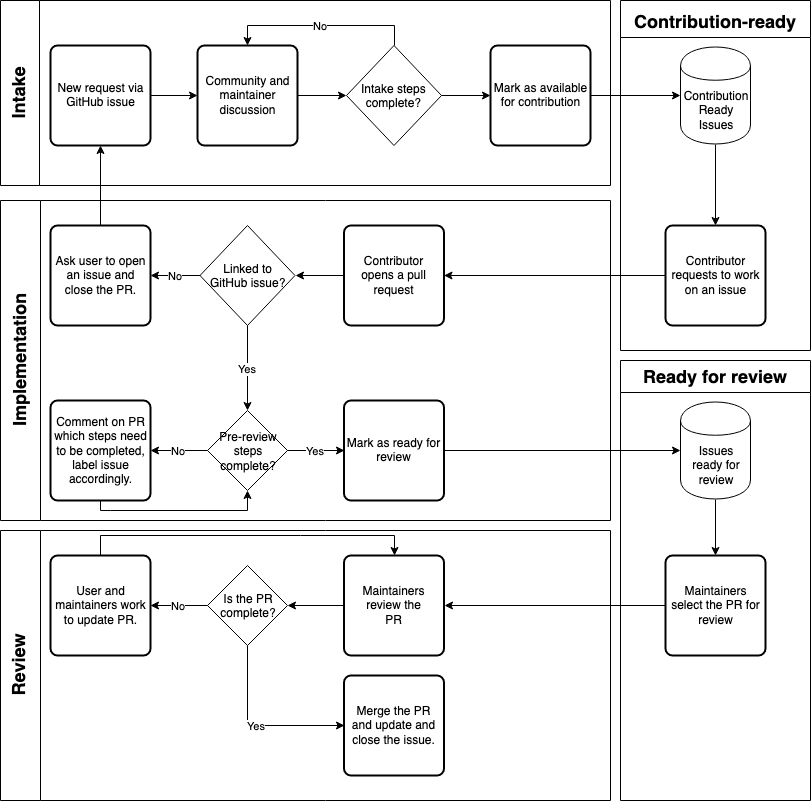
Earlier version of the draw.io export proposals/contrib-guide-high-level-v2.png (kdaily/aws-cli). Source tidied: cells renumbered, new cells last; positions are measured from the earlier drawing's top-left corner, leaving out a move shared by most shapes. Its diagram source:
```xml
<mxGraphModel>
  <root>
    <mxCell id="0" />
    <mxCell id="1" parent="0" />
    <mxCell id="2" style="edgeStyle=orthogonalEdgeStyle;rounded=0;orthogonalLoop=1;jettySize=auto;html=1;exitX=0.5;exitY=0;exitDx=0;exitDy=0;entryX=0.5;entryY=0;entryDx=0;entryDy=0;entryPerimeter=0;" parent="1" edge="1">
      <mxGeometry relative="1" as="geometry">
        <mxPoint x="715" y="710" as="sourcePoint" />
      </mxGeometry>
    </mxCell>
    <mxCell id="3" style="swimlane;startSize=39;direction=north;" parent="1" vertex="1">
      <mxGeometry x="25" width="610" height="185" as="geometry" />
    </mxCell>
    <mxCell id="4" value="&lt;div&gt;Intake steps&lt;/div&gt;&lt;div&gt;complete?&lt;/div&gt;" style="shape=rhombus;html=1;dashed=0;whitespace=wrap;perimeter=rhombusPerimeter;" parent="3" vertex="1">
      <mxGeometry x="346" y="45" width="95" height="100" as="geometry" />
    </mxCell>
    <mxCell id="5" value="Community and maintainer discussion" style="rounded=1;whiteSpace=wrap;html=1;absoluteArcSize=1;arcSize=14;strokeWidth=2;" parent="3" vertex="1">
      <mxGeometry x="197" y="45" width="100" height="100" as="geometry" />
    </mxCell>
    <mxCell id="6" value="No" style="edgeStyle=orthogonalEdgeStyle;rounded=0;jettySize=auto;html=1;entryX=0.5;entryY=0;entryDx=0;entryDy=0;exitX=0.5;exitY=0;exitDx=0;exitDy=0;" parent="3" edge="1" source="4" target="5">
      <mxGeometry relative="1" as="geometry" />
    </mxCell>
    <mxCell id="7" style="edgeStyle=orthogonalEdgeStyle;rounded=0;jettySize=auto;html=1;entryX=0;entryY=0.5;entryDx=0;entryDy=0;" parent="3" edge="1" source="5" target="4">
      <mxGeometry relative="1" as="geometry" />
    </mxCell>
    <mxCell id="8" style="swimlane;startSize=40;direction=north;" parent="1" vertex="1">
      <mxGeometry x="25" y="200" width="610" height="320" as="geometry" />
    </mxCell>
    <mxCell id="9" value="&lt;font style=&quot;font-size: 18px&quot;&gt;&lt;b&gt;Implementation&lt;/b&gt;&lt;/font&gt;" style="text;html=1;strokeColor=none;fillColor=none;align=center;verticalAlign=middle;whiteSpace=wrap;rounded=0;rotation=-90;" parent="8" vertex="1">
      <mxGeometry y="150" width="40" height="20" as="geometry" />
    </mxCell>
    <mxCell id="10" value="&lt;div&gt;Linked to&lt;/div&gt;&lt;div&gt;GitHub issue?&lt;/div&gt;" style="shape=rhombus;html=1;dashed=0;whitespace=wrap;perimeter=rhombusPerimeter;" parent="8" vertex="1">
      <mxGeometry x="199.5" y="25" width="95" height="100" as="geometry" />
    </mxCell>
    <mxCell id="11" value="Contributor opens a pull request" style="rounded=1;whiteSpace=wrap;html=1;absoluteArcSize=1;arcSize=14;strokeWidth=2;" parent="8" vertex="1">
      <mxGeometry x="343.5" y="25" width="100" height="100" as="geometry" />
    </mxCell>
    <mxCell id="12" style="edgeStyle=orthogonalEdgeStyle;rounded=0;jettySize=auto;html=1;entryX=1;entryY=0.5;entryDx=0;entryDy=0;" parent="8" edge="1" source="11" target="10">
      <mxGeometry relative="1" as="geometry" />
    </mxCell>
    <mxCell id="13" style="swimlane;startSize=40;direction=north;" parent="1" vertex="1">
      <mxGeometry x="25" y="530" width="610" height="270" as="geometry" />
    </mxCell>
    <mxCell id="14" value="&lt;font style=&quot;font-size: 18px&quot;&gt;&lt;b&gt;Review&lt;/b&gt;&lt;/font&gt;" style="text;html=1;strokeColor=none;fillColor=none;align=center;verticalAlign=middle;whiteSpace=wrap;rounded=0;rotation=-90;" parent="13" vertex="1">
      <mxGeometry y="125" width="40" height="20" as="geometry" />
    </mxCell>
    <mxCell id="15" style="edgeStyle=orthogonalEdgeStyle;rounded=0;jettySize=auto;html=1;entryX=1;entryY=0.5;entryDx=0;entryDy=0;" parent="13" edge="1" source="16" target="22">
      <mxGeometry relative="1" as="geometry" />
    </mxCell>
    <mxCell id="16" value="&lt;div&gt;Maintainers review the&lt;/div&gt;&lt;div&gt;PR&lt;br&gt;&lt;/div&gt;" style="rounded=1;whiteSpace=wrap;html=1;absoluteArcSize=1;arcSize=14;strokeWidth=2;" parent="13" vertex="1">
      <mxGeometry x="343.5" y="25" width="100" height="100" as="geometry" />
    </mxCell>
    <mxCell id="17" value="Yes" style="edgeStyle=orthogonalEdgeStyle;rounded=0;jettySize=auto;html=1;entryX=0;entryY=0.5;entryDx=0;entryDy=0;exitX=0.5;exitY=1;exitDx=0;exitDy=0;" parent="13" edge="1" source="22" target="20">
      <mxGeometry relative="1" as="geometry" />
    </mxCell>
    <mxCell id="18" style="edgeStyle=orthogonalEdgeStyle;rounded=0;jettySize=auto;html=1;entryX=0.5;entryY=0;entryDx=0;entryDy=0;exitX=0.5;exitY=0;exitDx=0;exitDy=0;" parent="13" edge="1" source="19" target="16">
      <mxGeometry relative="1" as="geometry">
        <Array as="points">
          <mxPoint x="300" y="5" />
          <mxPoint x="660" y="5" />
        </Array>
      </mxGeometry>
    </mxCell>
    <mxCell id="19" value="User and maintainers work to update PR." style="rounded=1;whiteSpace=wrap;html=1;absoluteArcSize=1;arcSize=14;strokeWidth=2;" parent="13" vertex="1">
      <mxGeometry x="50" y="25" width="100" height="100" as="geometry" />
    </mxCell>
    <mxCell id="20" value="Merge the PR and update and close the issue." style="rounded=1;whiteSpace=wrap;html=1;absoluteArcSize=1;arcSize=14;strokeWidth=2;" parent="13" vertex="1">
      <mxGeometry x="343.5" y="145" width="100" height="100" as="geometry" />
    </mxCell>
    <mxCell id="21" value="No" style="edgeStyle=orthogonalEdgeStyle;rounded=0;jettySize=auto;html=1;" parent="13" edge="1" source="22" target="19">
      <mxGeometry relative="1" as="geometry" />
    </mxCell>
    <mxCell id="22" value="Is the PR complete?" style="rhombus;whiteSpace=wrap;html=1;" parent="13" vertex="1">
      <mxGeometry x="207" y="35" width="80" height="80" as="geometry" />
    </mxCell>
    <mxCell id="23" style="edgeStyle=orthogonalEdgeStyle;rounded=0;jettySize=auto;html=1;exitX=0.5;exitY=0;exitDx=0;exitDy=0;entryX=0.5;entryY=1;entryDx=0;entryDy=0;" parent="1" edge="1" source="25" target="29">
      <mxGeometry relative="1" as="geometry" />
    </mxCell>
    <mxCell id="24" value="&lt;div&gt;Yes&lt;/div&gt;" style="edgeStyle=orthogonalEdgeStyle;rounded=0;jettySize=auto;html=1;exitX=0.5;exitY=1;exitDx=0;exitDy=0;" parent="1" edge="1" source="10" target="49">
      <mxGeometry relative="1" as="geometry" />
    </mxCell>
    <mxCell id="25" value="Ask user to open an issue and close the PR. " style="rounded=1;whiteSpace=wrap;html=1;absoluteArcSize=1;arcSize=14;strokeWidth=2;" parent="1" vertex="1">
      <mxGeometry x="75" y="225" width="100" height="100" as="geometry" />
    </mxCell>
    <mxCell id="26" value="No" style="edgeStyle=orthogonalEdgeStyle;rounded=0;jettySize=auto;html=1;exitX=0;exitY=0.5;exitDx=0;exitDy=0;entryX=1;entryY=0.5;entryDx=0;entryDy=0;" parent="1" edge="1" source="10" target="25">
      <mxGeometry relative="1" as="geometry" />
    </mxCell>
    <mxCell id="27" style="edgeStyle=orthogonalEdgeStyle;rounded=0;jettySize=auto;html=1;entryX=0.5;entryY=0;entryDx=0;entryDy=0;exitX=0.5;exitY=1;exitDx=0;exitDy=0;" parent="1" edge="1" source="34" target="35">
      <mxGeometry relative="1" as="geometry" />
    </mxCell>
    <mxCell id="28" value="&lt;font style=&quot;font-size: 18px&quot;&gt;&lt;b&gt;Intake&lt;/b&gt;&lt;/font&gt;" style="text;html=1;strokeColor=none;fillColor=none;align=center;verticalAlign=middle;whiteSpace=wrap;rounded=0;rotation=-90;" parent="1" vertex="1">
      <mxGeometry y="82.5" width="90" height="20" as="geometry" />
    </mxCell>
    <mxCell id="29" value="&lt;div&gt;New request via&lt;/div&gt;&lt;div&gt; GitHub issue&lt;/div&gt;" style="rounded=1;whiteSpace=wrap;html=1;absoluteArcSize=1;arcSize=14;strokeWidth=2;" parent="1" vertex="1">
      <mxGeometry x="75" y="45" width="100" height="100" as="geometry" />
    </mxCell>
    <mxCell id="30" style="edgeStyle=orthogonalEdgeStyle;rounded=0;jettySize=auto;html=1;exitX=1;exitY=0.5;exitDx=0;exitDy=0;entryX=0;entryY=0.5;entryDx=0;entryDy=0;" parent="1" edge="1" source="29" target="5">
      <mxGeometry relative="1" as="geometry" />
    </mxCell>
    <mxCell id="31" style="edgeStyle=orthogonalEdgeStyle;rounded=0;jettySize=auto;html=1;entryX=0;entryY=0.5;entryDx=0;entryDy=0;exitX=1;exitY=0.5;exitDx=0;exitDy=0;" parent="1" edge="1" source="4" target="32">
      <mxGeometry relative="1" as="geometry" />
    </mxCell>
    <mxCell id="32" value="Mark as available for contribution" style="rounded=1;whiteSpace=wrap;html=1;absoluteArcSize=1;arcSize=14;strokeWidth=2;" parent="1" vertex="1">
      <mxGeometry x="515" y="45" width="100" height="100" as="geometry" />
    </mxCell>
    <mxCell id="33" style="edgeStyle=orthogonalEdgeStyle;rounded=0;jettySize=auto;html=1;entryX=0;entryY=0.5;entryDx=0;entryDy=0;" parent="1" edge="1" source="32" target="34">
      <mxGeometry relative="1" as="geometry" />
    </mxCell>
    <mxCell id="34" value="Contribution Ready Issues" style="shape=cylinder;whiteSpace=wrap;html=1;boundedLbl=1;backgroundOutline=1;" parent="1" vertex="1">
      <mxGeometry x="705" y="46.5" width="70" height="97" as="geometry" />
    </mxCell>
    <mxCell id="35" value="Contributor requests to work on an issue" style="rounded=1;whiteSpace=wrap;html=1;absoluteArcSize=1;arcSize=14;strokeWidth=2;" parent="1" vertex="1">
      <mxGeometry x="690" y="225" width="100" height="100" as="geometry" />
    </mxCell>
    <mxCell id="36" style="edgeStyle=orthogonalEdgeStyle;rounded=0;jettySize=auto;html=1;" parent="1" edge="1" source="35" target="11">
      <mxGeometry relative="1" as="geometry" />
    </mxCell>
    <mxCell id="37" style="swimlane;startSize=37;" parent="1" vertex="1">
      <mxGeometry x="645" width="190" height="350" as="geometry" />
    </mxCell>
    <mxCell id="38" value="&lt;font style=&quot;font-size: 18px&quot;&gt;Contribution-ready&lt;/font&gt;" style="text;strokeColor=none;fillColor=none;html=1;fontSize=24;fontStyle=1;verticalAlign=middle;align=center;" parent="37" vertex="1">
      <mxGeometry x="45" width="100" height="40" as="geometry" />
    </mxCell>
    <mxCell id="39" style="edgeStyle=orthogonalEdgeStyle;rounded=0;jettySize=auto;html=1;entryX=0;entryY=0.5;entryDx=0;entryDy=0;" parent="1" edge="1" source="50" target="43">
      <mxGeometry relative="1" as="geometry" />
    </mxCell>
    <mxCell id="40" style="swimlane;startSize=32;" parent="1" vertex="1">
      <mxGeometry x="645" y="360" width="190" height="440" as="geometry" />
    </mxCell>
    <mxCell id="41" value="&lt;font style=&quot;font-size: 18px&quot;&gt;Ready for review&lt;br&gt;&lt;/font&gt;" style="text;strokeColor=none;fillColor=none;html=1;fontSize=24;fontStyle=1;verticalAlign=middle;align=center;" parent="40" vertex="1">
      <mxGeometry x="45" y="-5" width="100" height="40" as="geometry" />
    </mxCell>
    <mxCell id="42" value="&lt;div&gt;Maintainers select the PR for review&lt;/div&gt;" style="rounded=1;whiteSpace=wrap;html=1;absoluteArcSize=1;arcSize=14;strokeWidth=2;" parent="40" vertex="1">
      <mxGeometry x="45" y="195" width="100" height="100" as="geometry" />
    </mxCell>
    <mxCell id="43" value="Issues ready for review" style="shape=cylinder;whiteSpace=wrap;html=1;boundedLbl=1;backgroundOutline=1;" parent="40" vertex="1">
      <mxGeometry x="60" y="41.5" width="70" height="97" as="geometry" />
    </mxCell>
    <mxCell id="44" style="edgeStyle=orthogonalEdgeStyle;rounded=0;jettySize=auto;html=1;entryX=0.5;entryY=0;entryDx=0;entryDy=0;exitX=0.5;exitY=1;exitDx=0;exitDy=0;" parent="40" edge="1" source="43" target="42">
      <mxGeometry relative="1" as="geometry" />
    </mxCell>
    <mxCell id="45" style="edgeStyle=orthogonalEdgeStyle;rounded=0;jettySize=auto;html=1;entryX=1;entryY=0.5;entryDx=0;entryDy=0;" parent="1" edge="1" source="42" target="16">
      <mxGeometry relative="1" as="geometry" />
    </mxCell>
    <mxCell id="46" style="edgeStyle=orthogonalEdgeStyle;rounded=0;jettySize=auto;html=1;entryX=0.5;entryY=1;entryDx=0;entryDy=0;exitX=0.5;exitY=1;exitDx=0;exitDy=0;" parent="1" edge="1" source="47" target="49">
      <mxGeometry relative="1" as="geometry">
        <Array as="points">
          <mxPoint x="135" y="510" />
          <mxPoint x="262" y="510" />
        </Array>
      </mxGeometry>
    </mxCell>
    <mxCell id="47" value="Comment on PR which steps need to be completed, label issue accordingly." style="rounded=1;whiteSpace=wrap;html=1;absoluteArcSize=1;arcSize=14;strokeWidth=2;" parent="1" vertex="1">
      <mxGeometry x="75" y="400" width="100" height="100" as="geometry" />
    </mxCell>
    <mxCell id="48" value="No" style="edgeStyle=orthogonalEdgeStyle;rounded=0;jettySize=auto;html=1;entryX=1;entryY=0.5;entryDx=0;entryDy=0;exitX=0;exitY=0.5;exitDx=0;exitDy=0;" parent="1" edge="1" source="49" target="47">
      <mxGeometry relative="1" as="geometry" />
    </mxCell>
    <mxCell id="49" value="Pre-review steps complete?" style="rhombus;whiteSpace=wrap;html=1;" parent="1" vertex="1">
      <mxGeometry x="232" y="410" width="80" height="80" as="geometry" />
    </mxCell>
    <mxCell id="50" value="Mark as ready for review" style="rounded=1;whiteSpace=wrap;html=1;absoluteArcSize=1;arcSize=14;strokeWidth=2;" parent="1" vertex="1">
      <mxGeometry x="368.5" y="400" width="100" height="100" as="geometry" />
    </mxCell>
    <mxCell id="51" value="Yes" style="edgeStyle=orthogonalEdgeStyle;rounded=0;jettySize=auto;html=1;entryX=0;entryY=0.5;entryDx=0;entryDy=0;" parent="1" edge="1" source="49" target="50">
      <mxGeometry relative="1" as="geometry" />
    </mxCell>
  </root>
</mxGraphModel>
```
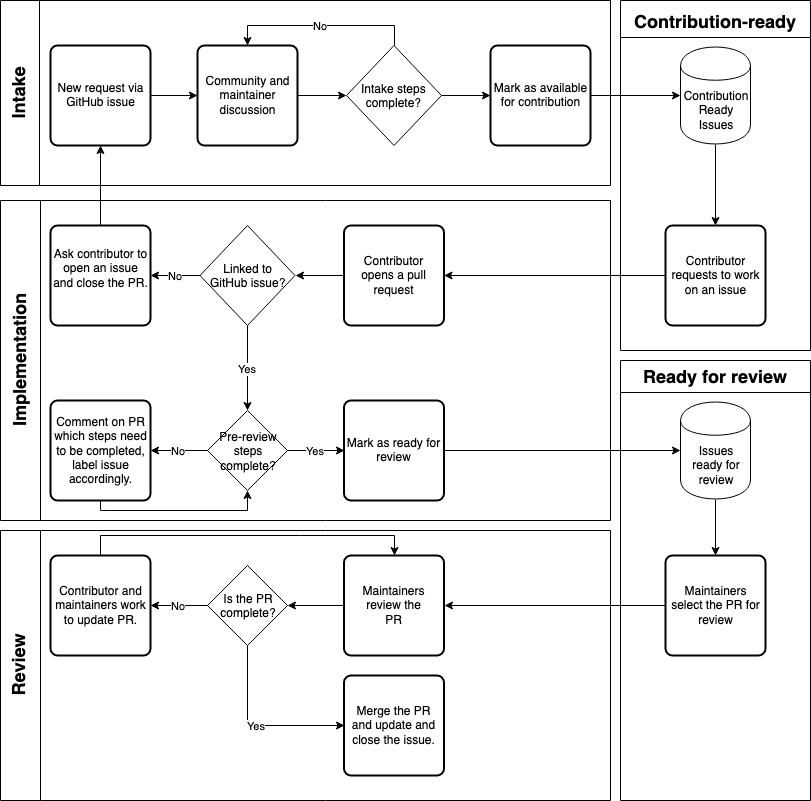
The same file after the commit.

Commit message:
updated terms in figure

Diff of the diagram source:
```diff
@@ -60,7 +60,7 @@
         </Array>
       </mxGeometry>
     </mxCell>
-    <mxCell id="19" value="User and maintainers work to update PR." style="rounded=1;whiteSpace=wrap;html=1;absoluteArcSize=1;arcSize=14;strokeWidth=2;" parent="13" vertex="1">
+    <mxCell id="19" value="Contributor and maintainers work to update PR." style="rounded=1;whiteSpace=wrap;html=1;absoluteArcSize=1;arcSize=14;strokeWidth=2;" parent="13" vertex="1">
       <mxGeometry x="50" y="25" width="100" height="100" as="geometry" />
     </mxCell>
     <mxCell id="20" value="Merge the PR and update and close the issue." style="rounded=1;whiteSpace=wrap;html=1;absoluteArcSize=1;arcSize=14;strokeWidth=2;" parent="13" vertex="1">
@@ -78,7 +78,7 @@
     <mxCell id="24" value="&lt;div&gt;Yes&lt;/div&gt;" style="edgeStyle=orthogonalEdgeStyle;rounded=0;jettySize=auto;html=1;exitX=0.5;exitY=1;exitDx=0;exitDy=0;" parent="1" edge="1" source="10" target="49">
       <mxGeometry relative="1" as="geometry" />
     </mxCell>
-    <mxCell id="25" value="Ask user to open an issue and close the PR. " style="rounded=1;whiteSpace=wrap;html=1;absoluteArcSize=1;arcSize=14;strokeWidth=2;" parent="1" vertex="1">
+    <mxCell id="25" value="Ask contributor to open an issue and close the PR. " style="rounded=1;whiteSpace=wrap;html=1;absoluteArcSize=1;arcSize=14;strokeWidth=2;" parent="1" vertex="1">
       <mxGeometry x="75" y="225" width="100" height="100" as="geometry" />
     </mxCell>
     <mxCell id="26" value="No" style="edgeStyle=orthogonalEdgeStyle;rounded=0;jettySize=auto;html=1;exitX=0;exitY=0.5;exitDx=0;exitDy=0;entryX=1;entryY=0.5;entryDx=0;entryDy=0;" parent="1" edge="1" source="10" target="25">
```
